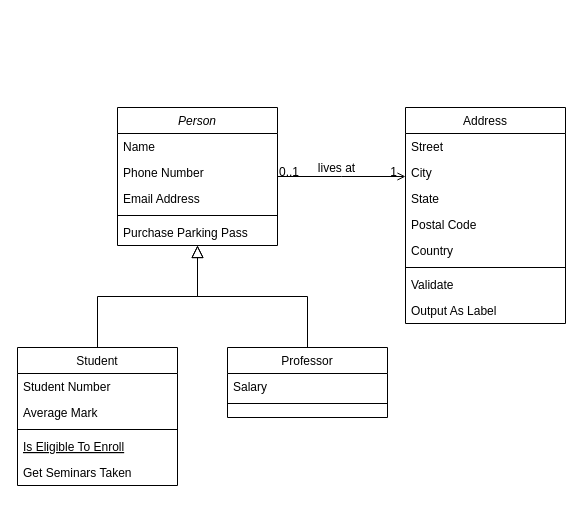
Before: Untitled Diagram.drawio in a2772/J-001-ProyectosCurso, a draw.io diagram. Source tidied: cells renumbered, new cells numbered last; positions are measured from the earlier drawing's top-left corner, leaving out a move shared by most shapes. Both pictures are drawn from the tidied source at 100%, with x=0, y=0 at pixel (17, 107).
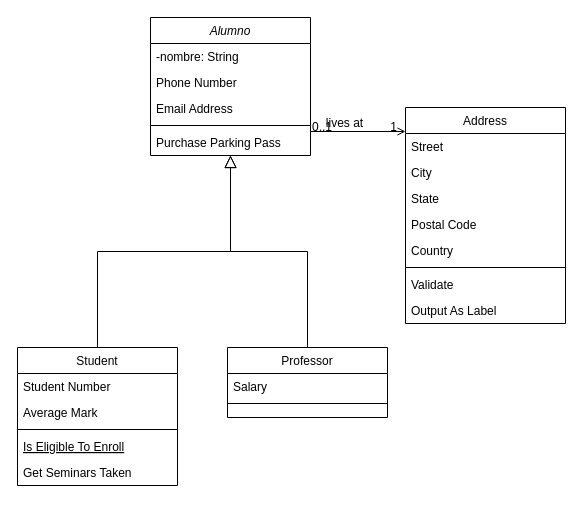
Above is the later version.

The edit, as a diff of the source:
```diff
@@
-    <mxCell id="2" value="Person" style="swimlane;fontStyle=2;align=center;verticalAlign=top;horizontal=1;startSize=26;rounded=0;shadow=0;strokeWidth=1;" parent="1" vertex="1">
-      <mxGeometry x="100" width="160" height="138" as="geometry" />
+    <mxCell id="2" value="Alumno" style="swimlane;fontStyle=2;align=center;verticalAlign=top;horizontal=1;startSize=26;rounded=0;shadow=0;strokeWidth=1;" parent="1" vertex="1">
+      <mxGeometry x="133" y="-90" width="160" height="138" as="geometry" />
     </mxCell>
-    <mxCell id="3" value="Name" style="text;align=left;verticalAlign=top;spacingLeft=4;spacingRight=4;overflow=hidden;" parent="2" vertex="1">
+    <mxCell id="3" value="-nombre: String" style="text;align=left;verticalAlign=top;spacingLeft=4;spacingRight=4;overflow=hidden;" parent="2" vertex="1">
       <mxGeometry y="26" width="160" height="26" as="geometry" />
     </mxCell>
```
